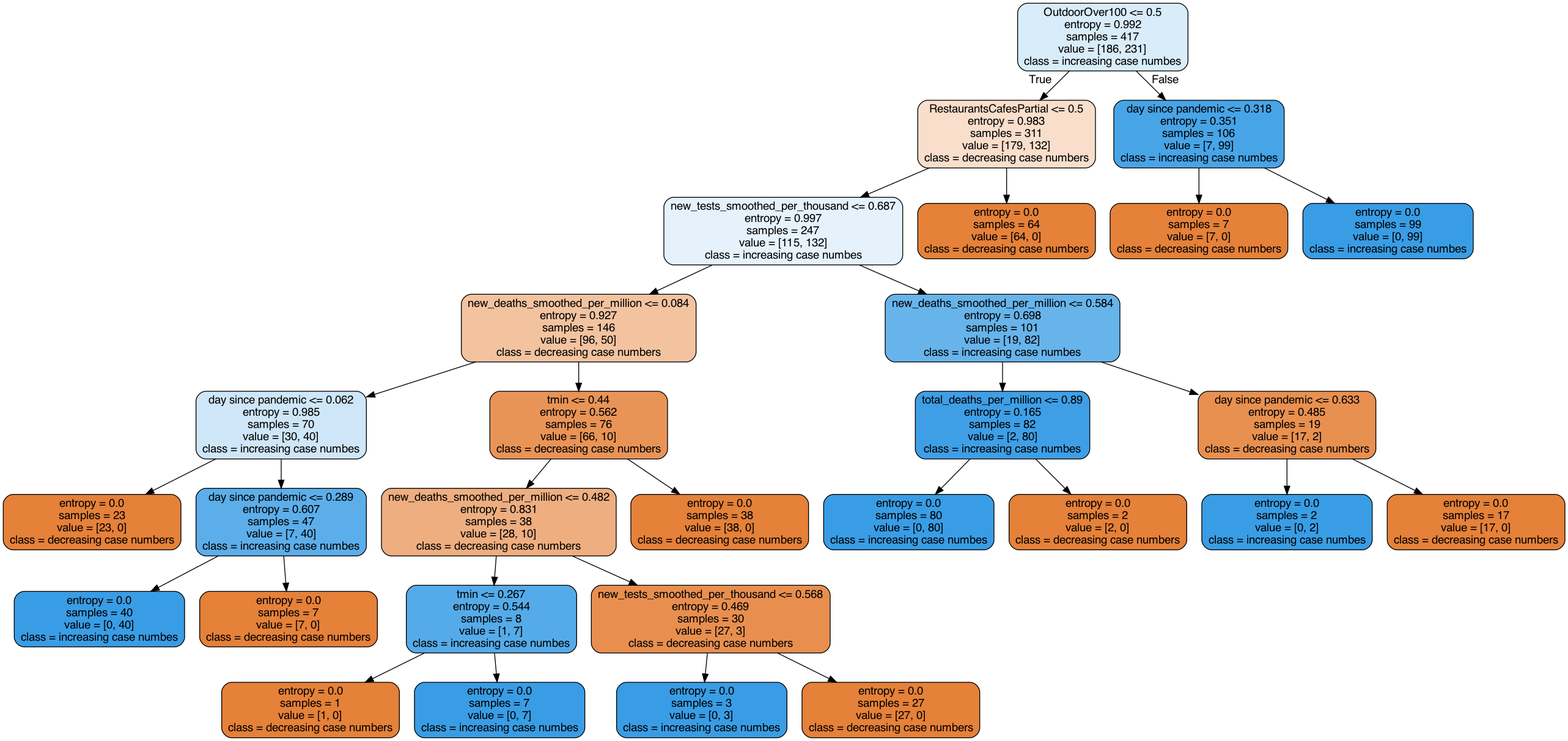
Earlier version of the Graphviz export covid_ml/covidCasePredictions/reports/figures/Covid_tree.png (ssstef/covid-case_numbers). Its source is kept beside it as covid_ml/covidCasePredictions/reports/figures/Covid_tree.dot.
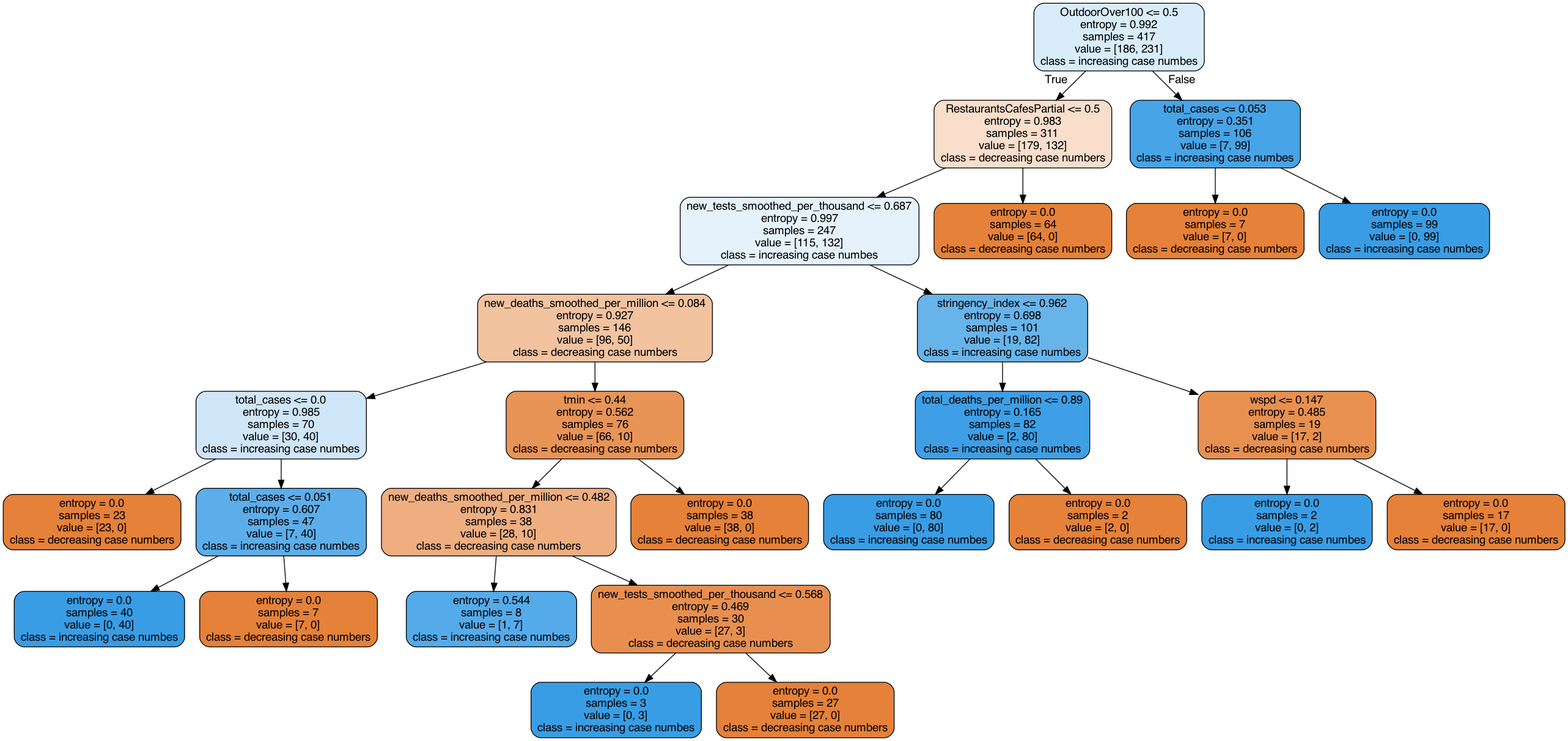
After the change.

Diff of the diagram source:
```diff
@@ -8,11 +8,11 @@
 1 -> 2 ;
 3 [label="new_deaths_smoothed_per_million <= 0.084\nentropy = 0.927\nsamples = 146\nvalue = [96, 50]\nclass = decreasing case numbers", fillcolor="#f3c3a0"] ;
 2 -> 3 ;
-4 [label="day since pandemic <= 0.062\nentropy = 0.985\nsamples = 70\nvalue = [30, 40]\nclass = increasing case numbes", fillcolor="#cee6f8"] ;
+4 [label="total_cases <= 0.0\nentropy = 0.985\nsamples = 70\nvalue = [30, 40]\nclass = increasing case numbes", fillcolor="#cee6f8"] ;
 3 -> 4 ;
 5 [label="entropy = 0.0\nsamples = 23\nvalue = [23, 0]\nclass = decreasing case numbers", fillcolor="#e58139"] ;
 4 -> 5 ;
-6 [label="day since pandemic <= 0.289\nentropy = 0.607\nsamples = 47\nvalue = [7, 40]\nclass = increasing case numbes", fillcolor="#5caeea"] ;
+6 [label="total_cases <= 0.051\nentropy = 0.607\nsamples = 47\nvalue = [7, 40]\nclass = increasing case numbes", fillcolor="#5caeea"] ;
 4 -> 6 ;
 7 [label="entropy = 0.0\nsamples = 40\nvalue = [0, 40]\nclass = increasing case numbes", fillcolor="#399de5"] ;
 6 -> 7 ;
@@ -22,40 +22,36 @@
 3 -> 9 ;
 10 [label="new_deaths_smoothed_per_million <= 0.482\nentropy = 0.831\nsamples = 38\nvalue = [28, 10]\nclass = decreasing case numbers", fillcolor="#eeae80"] ;
 9 -> 10 ;
-11 [label="tmin <= 0.267\nentropy = 0.544\nsamples = 8\nvalue = [1, 7]\nclass = increasing case numbes", fillcolor="#55abe9"] ;
+11 [label="entropy = 0.544\nsamples = 8\nvalue = [1, 7]\nclass = increasing case numbes", fillcolor="#55abe9"] ;
 10 -> 11 ;
-12 [label="entropy = 0.0\nsamples = 1\nvalue = [1, 0]\nclass = decreasing case numbers", fillcolor="#e58139"] ;
-11 -> 12 ;
-13 [label="entropy = 0.0\nsamples = 7\nvalue = [0, 7]\nclass = increasing case numbes", fillcolor="#399de5"] ;
-11 -> 13 ;
-14 [label="new_tests_smoothed_per_thousand <= 0.568\nentropy = 0.469\nsamples = 30\nvalue = [27, 3]\nclass = decreasing case numbers", fillcolor="#e88f4f"] ;
-10 -> 14 ;
-15 [label="entropy = 0.0\nsamples = 3\nvalue = [0, 3]\nclass = increasing case numbes", fillcolor="#399de5"] ;
-14 -> 15 ;
-16 [label="entropy = 0.0\nsamples = 27\nvalue = [27, 0]\nclass = decreasing case numbers", fillcolor="#e58139"] ;
-14 -> 16 ;
-17 [label="entropy = 0.0\nsamples = 38\nvalue = [38, 0]\nclass = decreasing case numbers", fillcolor="#e58139"] ;
-9 -> 17 ;
-18 [label="new_deaths_smoothed_per_million <= 0.584\nentropy = 0.698\nsamples = 101\nvalue = [19, 82]\nclass = increasing case numbes", fillcolor="#67b4eb"] ;
-2 -> 18 ;
-19 [label="total_deaths_per_million <= 0.89\nentropy = 0.165\nsamples = 82\nvalue = [2, 80]\nclass = increasing case numbes", fillcolor="#3e9fe6"] ;
-18 -> 19 ;
-20 [label="entropy = 0.0\nsamples = 80\nvalue = [0, 80]\nclass = increasing case numbes", fillcolor="#399de5"] ;
-19 -> 20 ;
-21 [label="entropy = 0.0\nsamples = 2\nvalue = [2, 0]\nclass = decreasing case numbers", fillcolor="#e58139"] ;
-19 -> 21 ;
-22 [label="day since pandemic <= 0.633\nentropy = 0.485\nsamples = 19\nvalue = [17, 2]\nclass = decreasing case numbers", fillcolor="#e89050"] ;
-18 -> 22 ;
-23 [label="entropy = 0.0\nsamples = 2\nvalue = [0, 2]\nclass = increasing case numbes", fillcolor="#399de5"] ;
-22 -> 23 ;
-24 [label="entropy = 0.0\nsamples = 17\nvalue = [17, 0]\nclass = decreasing case numbers", fillcolor="#e58139"] ;
-22 -> 24 ;
-25 [label="entropy = 0.0\nsamples = 64\nvalue = [64, 0]\nclass = decreasing case numbers", fillcolor="#e58139"] ;
-1 -> 25 ;
-26 [label="day since pandemic <= 0.318\nentropy = 0.351\nsamples = 106\nvalue = [7, 99]\nclass = increasing case numbes", fillcolor="#47a4e7"] ;
-0 -> 26 [labeldistance=2.5, labelangle=-45, headlabel="False"] ;
-27 [label="entropy = 0.0\nsamples = 7\nvalue = [7, 0]\nclass = decreasing case numbers", fillcolor="#e58139"] ;
-26 -> 27 ;
-28 [label="entropy = 0.0\nsamples = 99\nvalue = [0, 99]\nclass = increasing case numbes", fillcolor="#399de5"] ;
-26 -> 28 ;
+12 [label="new_tests_smoothed_per_thousand <= 0.568\nentropy = 0.469\nsamples = 30\nvalue = [27, 3]\nclass = decreasing case numbers", fillcolor="#e88f4f"] ;
+10 -> 12 ;
+13 [label="entropy = 0.0\nsamples = 3\nvalue = [0, 3]\nclass = increasing case numbes", fillcolor="#399de5"] ;
+12 -> 13 ;
+14 [label="entropy = 0.0\nsamples = 27\nvalue = [27, 0]\nclass = decreasing case numbers", fillcolor="#e58139"] ;
+12 -> 14 ;
+15 [label="entropy = 0.0\nsamples = 38\nvalue = [38, 0]\nclass = decreasing case numbers", fillcolor="#e58139"] ;
+9 -> 15 ;
+16 [label="stringency_index <= 0.962\nentropy = 0.698\nsamples = 101\nvalue = [19, 82]\nclass = increasing case numbes", fillcolor="#67b4eb"] ;
+2 -> 16 ;
+17 [label="total_deaths_per_million <= 0.89\nentropy = 0.165\nsamples = 82\nvalue = [2, 80]\nclass = increasing case numbes", fillcolor="#3e9fe6"] ;
+16 -> 17 ;
+18 [label="entropy = 0.0\nsamples = 80\nvalue = [0, 80]\nclass = increasing case numbes", fillcolor="#399de5"] ;
+17 -> 18 ;
+19 [label="entropy = 0.0\nsamples = 2\nvalue = [2, 0]\nclass = decreasing case numbers", fillcolor="#e58139"] ;
+17 -> 19 ;
+20 [label="wspd <= 0.147\nentropy = 0.485\nsamples = 19\nvalue = [17, 2]\nclass = decreasing case numbers", fillcolor="#e89050"] ;
+16 -> 20 ;
+21 [label="entropy = 0.0\nsamples = 2\nvalue = [0, 2]\nclass = increasing case numbes", fillcolor="#399de5"] ;
+20 -> 21 ;
+22 [label="entropy = 0.0\nsamples = 17\nvalue = [17, 0]\nclass = decreasing case numbers", fillcolor="#e58139"] ;
+20 -> 22 ;
+23 [label="entropy = 0.0\nsamples = 64\nvalue = [64, 0]\nclass = decreasing case numbers", fillcolor="#e58139"] ;
+1 -> 23 ;
+24 [label="total_cases <= 0.053\nentropy = 0.351\nsamples = 106\nvalue = [7, 99]\nclass = increasing case numbes", fillcolor="#47a4e7"] ;
+0 -> 24 [labeldistance=2.5, labelangle=-45, headlabel="False"] ;
+25 [label="entropy = 0.0\nsamples = 7\nvalue = [7, 0]\nclass = decreasing case numbers", fillcolor="#e58139"] ;
+24 -> 25 ;
+26 [label="entropy = 0.0\nsamples = 99\nvalue = [0, 99]\nclass = increasing case numbes", fillcolor="#399de5"] ;
+24 -> 26 ;
 }
```
